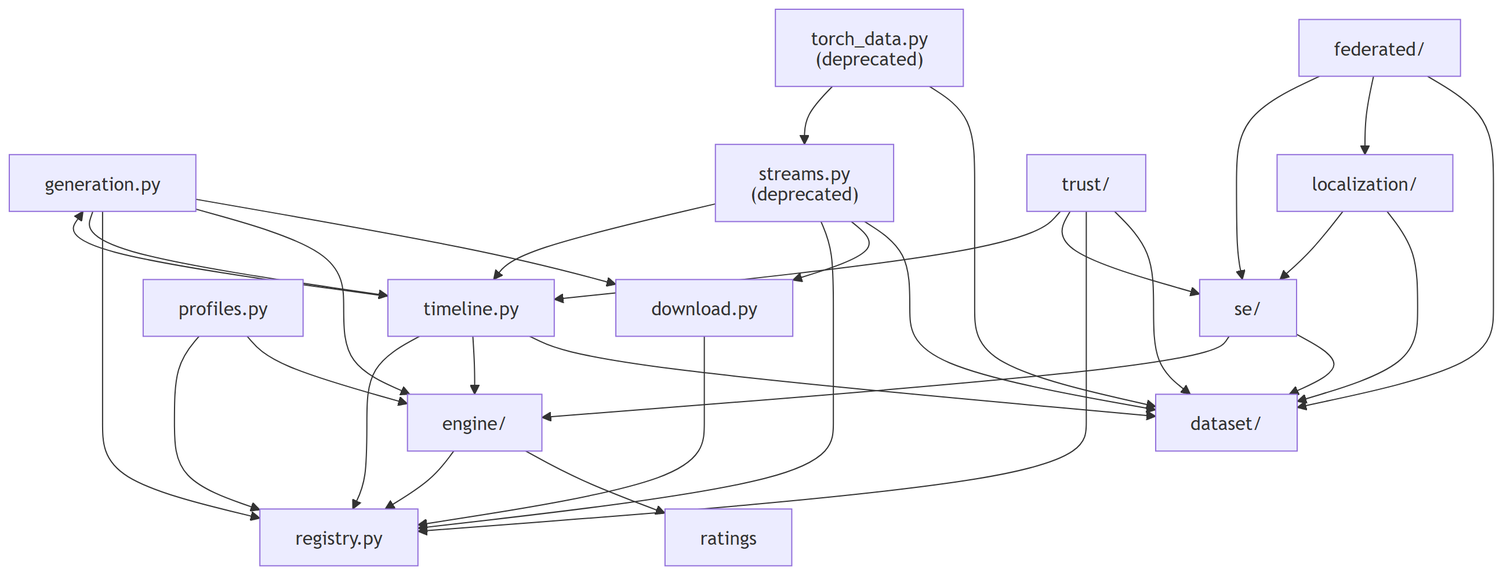
The Mermaid diagram docs/figures/diagrams/modules.png in myersben9/fdia-graph, before a commit. Its source is kept beside it as docs/figures/diagrams/modules.mmd.
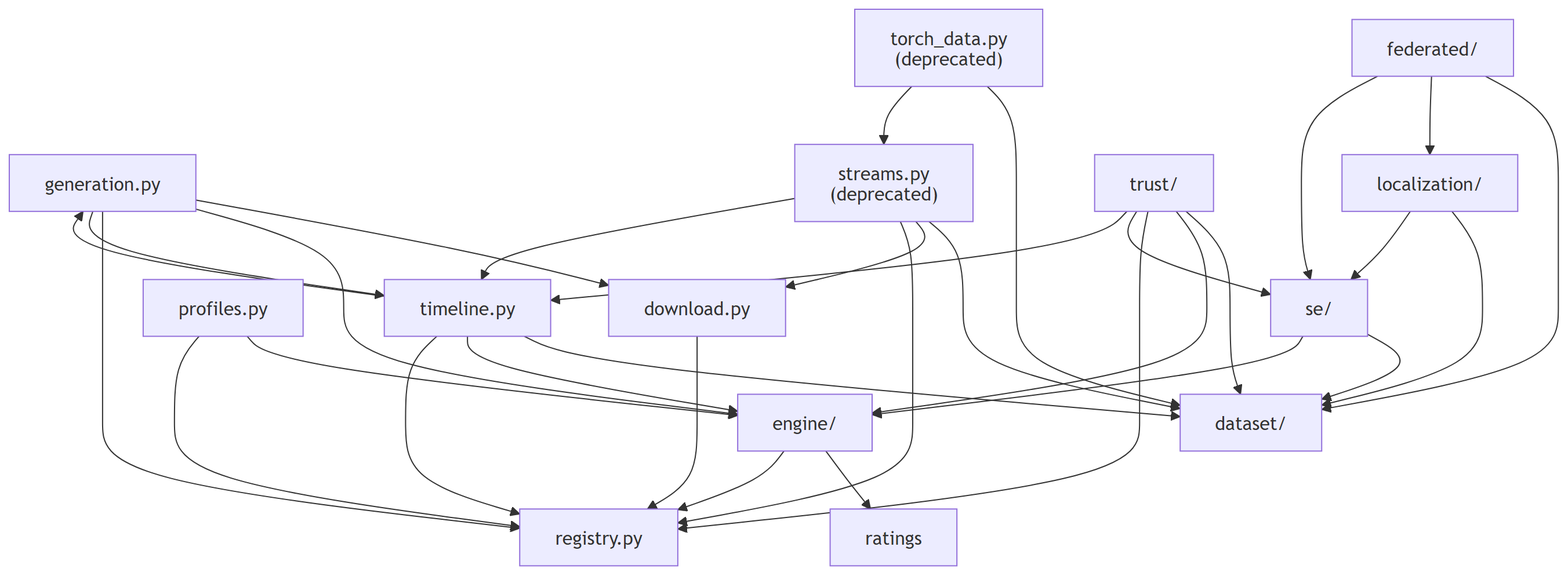
The same file after the commit.

What changed in the source:
```diff
@@ -40,6 +40,7 @@
     torch_data --> dataset
     torch_data --> streams
     trust --> dataset
+    trust --> engine
     trust --> registry
     trust --> se
     trust --> timeline
```
